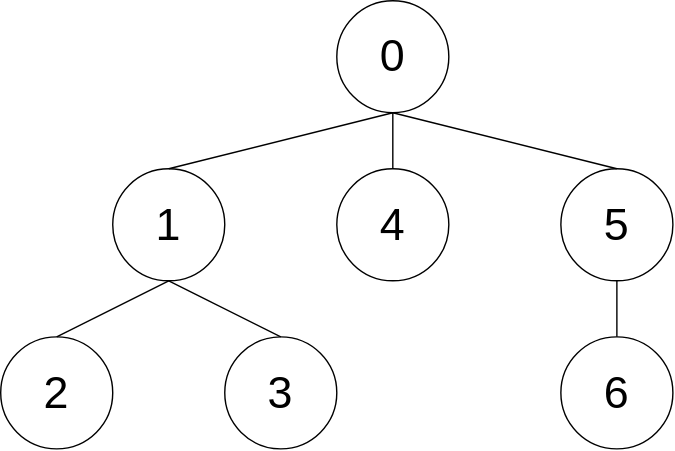
Above: lib/cpalgo/tree/tests/euler_tour_testcase1.drawio.svg in xirc/cp-algorithm (draw.io), before the change. Source tidied: cells renumbered, new cells last; positions are measured from the earlier drawing's top-left corner, leaving out a move shared by most shapes. Source of this version:
```xml
<mxGraphModel>
  <root>
    <mxCell id="0" />
    <mxCell id="1" parent="0" />
    <mxCell id="2" value="0" style="ellipse;whiteSpace=wrap;html=1;fontSize=32;" parent="1" vertex="1">
      <mxGeometry x="240" width="80" height="80" as="geometry" />
    </mxCell>
    <mxCell id="3" value="1" style="ellipse;whiteSpace=wrap;html=1;fontSize=32;" parent="1" vertex="1">
      <mxGeometry x="80" y="120" width="80" height="80" as="geometry" />
    </mxCell>
    <mxCell id="4" value="2" style="ellipse;whiteSpace=wrap;html=1;fontSize=32;" parent="1" vertex="1">
      <mxGeometry y="240" width="80" height="80" as="geometry" />
    </mxCell>
    <mxCell id="5" value="3" style="ellipse;whiteSpace=wrap;html=1;fontSize=32;" parent="1" vertex="1">
      <mxGeometry x="160" y="240" width="80" height="80" as="geometry" />
    </mxCell>
    <mxCell id="6" value="6" style="ellipse;whiteSpace=wrap;html=1;fontSize=32;" parent="1" vertex="1">
      <mxGeometry x="400" y="240" width="80" height="80" as="geometry" />
    </mxCell>
    <mxCell id="7" value="5" style="ellipse;whiteSpace=wrap;html=1;fontSize=32;" parent="1" vertex="1">
      <mxGeometry x="400" y="120" width="80" height="80" as="geometry" />
    </mxCell>
    <mxCell id="8" value="4" style="ellipse;whiteSpace=wrap;html=1;fontSize=32;" parent="1" vertex="1">
      <mxGeometry x="240" y="120" width="80" height="80" as="geometry" />
    </mxCell>
    <mxCell id="9" style="endArrow=none;html=1;fontSize=32;entryX=0.5;entryY=1;entryDx=0;entryDy=0;exitX=0.5;exitY=0;exitDx=0;exitDy=0;" parent="1" edge="1" source="3" target="2">
      <mxGeometry relative="1" as="geometry" />
    </mxCell>
    <mxCell id="10" style="endArrow=none;html=1;fontSize=32;entryX=0.5;entryY=1;entryDx=0;entryDy=0;exitX=0.5;exitY=0;exitDx=0;exitDy=0;" parent="1" edge="1" source="4" target="3">
      <mxGeometry relative="1" as="geometry" />
    </mxCell>
    <mxCell id="11" style="endArrow=none;html=1;fontSize=32;entryX=0.5;entryY=1;entryDx=0;entryDy=0;exitX=0.5;exitY=0;exitDx=0;exitDy=0;" parent="1" edge="1" source="5" target="3">
      <mxGeometry relative="1" as="geometry" />
    </mxCell>
    <mxCell id="12" style="endArrow=none;html=1;fontSize=32;entryX=0.5;entryY=1;entryDx=0;entryDy=0;exitX=0.5;exitY=0;exitDx=0;exitDy=0;" parent="1" edge="1" source="8" target="2">
      <mxGeometry relative="1" as="geometry" />
    </mxCell>
    <mxCell id="13" style="endArrow=none;html=1;fontSize=32;entryX=0.5;entryY=1;entryDx=0;entryDy=0;exitX=0.5;exitY=0;exitDx=0;exitDy=0;" parent="1" edge="1" source="7" target="2">
      <mxGeometry relative="1" as="geometry" />
    </mxCell>
    <mxCell id="14" style="endArrow=none;html=1;fontSize=32;exitX=0.5;exitY=1;exitDx=0;exitDy=0;entryX=0.5;entryY=0;entryDx=0;entryDy=0;" parent="1" edge="1" source="7" target="6">
      <mxGeometry relative="1" as="geometry" />
    </mxCell>
  </root>
</mxGraphModel>
```
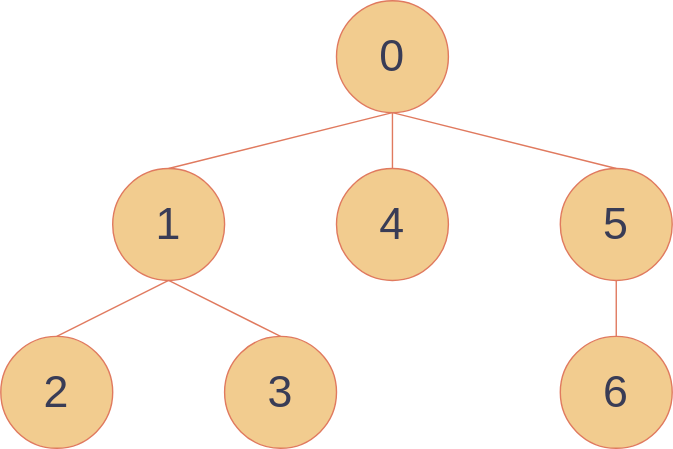
The same file after the commit.

What changed in the source:
```diff
@@ -1,44 +1,44 @@
-<mxGraphModel>
+<mxGraphModel background="#FFFFFF">
   <root>
     <mxCell id="0" />
     <mxCell id="1" parent="0" />
-    <mxCell id="2" value="0" style="ellipse;whiteSpace=wrap;html=1;fontSize=32;" parent="1" vertex="1">
+    <mxCell id="2" value="0" style="ellipse;whiteSpace=wrap;html=1;fontSize=32;fillColor=#F2CC8F;strokeColor=#E07A5F;fontColor=#393C56;" parent="1" vertex="1">
       <mxGeometry x="240" width="80" height="80" as="geometry" />
     </mxCell>
-    <mxCell id="3" value="1" style="ellipse;whiteSpace=wrap;html=1;fontSize=32;" parent="1" vertex="1">
+    <mxCell id="3" value="1" style="ellipse;whiteSpace=wrap;html=1;fontSize=32;fillColor=#F2CC8F;strokeColor=#E07A5F;fontColor=#393C56;" parent="1" vertex="1">
       <mxGeometry x="80" y="120" width="80" height="80" as="geometry" />
     </mxCell>
-    <mxCell id="4" value="2" style="ellipse;whiteSpace=wrap;html=1;fontSize=32;" parent="1" vertex="1">
+    <mxCell id="4" value="2" style="ellipse;whiteSpace=wrap;html=1;fontSize=32;fillColor=#F2CC8F;strokeColor=#E07A5F;fontColor=#393C56;" parent="1" vertex="1">
       <mxGeometry y="240" width="80" height="80" as="geometry" />
     </mxCell>
-    <mxCell id="5" value="3" style="ellipse;whiteSpace=wrap;html=1;fontSize=32;" parent="1" vertex="1">
+    <mxCell id="5" value="3" style="ellipse;whiteSpace=wrap;html=1;fontSize=32;fillColor=#F2CC8F;strokeColor=#E07A5F;fontColor=#393C56;" parent="1" vertex="1">
       <mxGeometry x="160" y="240" width="80" height="80" as="geometry" />
     </mxCell>
-    <mxCell id="6" value="6" style="ellipse;whiteSpace=wrap;html=1;fontSize=32;" parent="1" vertex="1">
+    <mxCell id="6" value="6" style="ellipse;whiteSpace=wrap;html=1;fontSize=32;fillColor=#F2CC8F;strokeColor=#E07A5F;fontColor=#393C56;" parent="1" vertex="1">
       <mxGeometry x="400" y="240" width="80" height="80" as="geometry" />
     </mxCell>
-    <mxCell id="7" value="5" style="ellipse;whiteSpace=wrap;html=1;fontSize=32;" parent="1" vertex="1">
+    <mxCell id="7" value="5" style="ellipse;whiteSpace=wrap;html=1;fontSize=32;fillColor=#F2CC8F;strokeColor=#E07A5F;fontColor=#393C56;" parent="1" vertex="1">
       <mxGeometry x="400" y="120" width="80" height="80" as="geometry" />
     </mxCell>
-    <mxCell id="8" value="4" style="ellipse;whiteSpace=wrap;html=1;fontSize=32;" parent="1" vertex="1">
+    <mxCell id="8" value="4" style="ellipse;whiteSpace=wrap;html=1;fontSize=32;fillColor=#F2CC8F;strokeColor=#E07A5F;fontColor=#393C56;" parent="1" vertex="1">
       <mxGeometry x="240" y="120" width="80" height="80" as="geometry" />
     </mxCell>
-    <mxCell id="9" style="endArrow=none;html=1;fontSize=32;entryX=0.5;entryY=1;entryDx=0;entryDy=0;exitX=0.5;exitY=0;exitDx=0;exitDy=0;" parent="1" edge="1" source="3" target="2">
+    <mxCell id="9" style="endArrow=none;html=1;fontSize=32;entryX=0.5;entryY=1;entryDx=0;entryDy=0;exitX=0.5;exitY=0;exitDx=0;exitDy=0;labelBackgroundColor=#F4F1DE;strokeColor=#E07A5F;fontColor=#393C56;" parent="1" edge="1" source="3" target="2">
       <mxGeometry relative="1" as="geometry" />
     </mxCell>
-    <mxCell id="10" style="endArrow=none;html=1;fontSize=32;entryX=0.5;entryY=1;entryDx=0;entryDy=0;exitX=0.5;exitY=0;exitDx=0;exitDy=0;" parent="1" edge="1" source="4" target="3">
+    <mxCell id="10" style="endArrow=none;html=1;fontSize=32;entryX=0.5;entryY=1;entryDx=0;entryDy=0;exitX=0.5;exitY=0;exitDx=0;exitDy=0;labelBackgroundColor=#F4F1DE;strokeColor=#E07A5F;fontColor=#393C56;" parent="1" edge="1" source="4" target="3">
       <mxGeometry relative="1" as="geometry" />
     </mxCell>
-    <mxCell id="11" style="endArrow=none;html=1;fontSize=32;entryX=0.5;entryY=1;entryDx=0;entryDy=0;exitX=0.5;exitY=0;exitDx=0;exitDy=0;" parent="1" edge="1" source="5" target="3">
+    <mxCell id="11" style="endArrow=none;html=1;fontSize=32;entryX=0.5;entryY=1;entryDx=0;entryDy=0;exitX=0.5;exitY=0;exitDx=0;exitDy=0;labelBackgroundColor=#F4F1DE;strokeColor=#E07A5F;fontColor=#393C56;" parent="1" edge="1" source="5" target="3">
       <mxGeometry relative="1" as="geometry" />
     </mxCell>
-    <mxCell id="12" style="endArrow=none;html=1;fontSize=32;entryX=0.5;entryY=1;entryDx=0;entryDy=0;exitX=0.5;exitY=0;exitDx=0;exitDy=0;" parent="1" edge="1" source="8" target="2">
+    <mxCell id="12" style="endArrow=none;html=1;fontSize=32;entryX=0.5;entryY=1;entryDx=0;entryDy=0;exitX=0.5;exitY=0;exitDx=0;exitDy=0;labelBackgroundColor=#F4F1DE;strokeColor=#E07A5F;fontColor=#393C56;" parent="1" edge="1" source="8" target="2">
       <mxGeometry relative="1" as="geometry" />
     </mxCell>
-    <mxCell id="13" style="endArrow=none;html=1;fontSize=32;entryX=0.5;entryY=1;entryDx=0;entryDy=0;exitX=0.5;exitY=0;exitDx=0;exitDy=0;" parent="1" edge="1" source="7" target="2">
+    <mxCell id="13" style="endArrow=none;html=1;fontSize=32;entryX=0.5;entryY=1;entryDx=0;entryDy=0;exitX=0.5;exitY=0;exitDx=0;exitDy=0;labelBackgroundColor=#F4F1DE;strokeColor=#E07A5F;fontColor=#393C56;" parent="1" edge="1" source="7" target="2">
       <mxGeometry relative="1" as="geometry" />
     </mxCell>
-    <mxCell id="14" style="endArrow=none;html=1;fontSize=32;exitX=0.5;exitY=1;exitDx=0;exitDy=0;entryX=0.5;entryY=0;entryDx=0;entryDy=0;" parent="1" edge="1" source="7" target="6">
+    <mxCell id="14" style="endArrow=none;html=1;fontSize=32;exitX=0.5;exitY=1;exitDx=0;exitDy=0;entryX=0.5;entryY=0;entryDx=0;entryDy=0;labelBackgroundColor=#F4F1DE;strokeColor=#E07A5F;fontColor=#393C56;" parent="1" edge="1" source="7" target="6">
       <mxGeometry relative="1" as="geometry" />
     </mxCell>
   </root>
```
